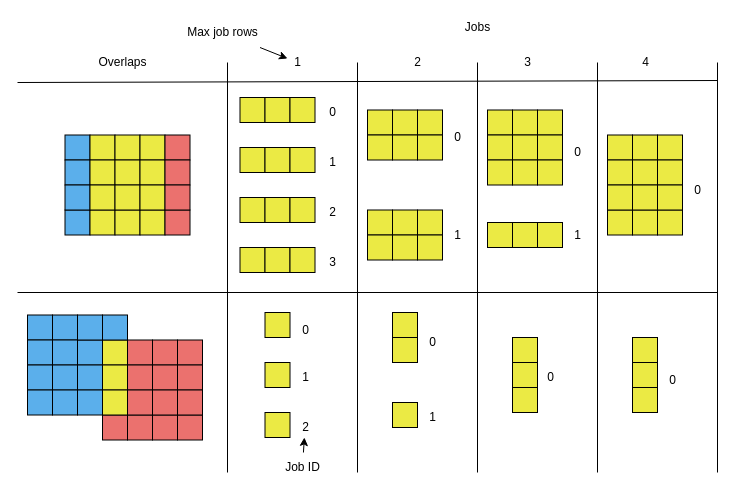
MK4H/DPText keeps this draw.io diagram as page "JobSizeRowSubset" (23 of 29) of en/img/overlap.drawio. Above is the earlier version. Source tidied: cells renumbered, new cells numbered last; positions are measured from the earlier drawing's top-left corner, leaving out a move shared by most shapes. Both pictures are drawn from the tidied source at 100%, with x=0, y=0 at pixel (17, 17).
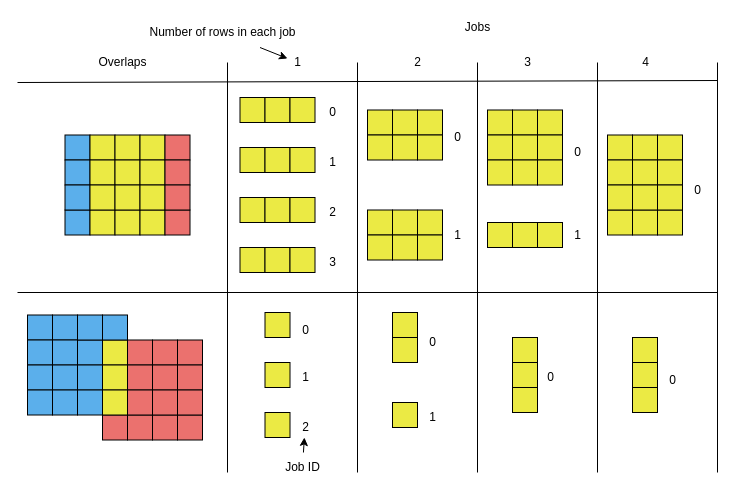
The same page after the edit.

Diff of the diagram source:
```diff
@@
-    <mxCell id="112" value="Max job rows" style="text;html=1;align=center;verticalAlign=middle;points=[];strokeColor=none;fillColor=none;spacing=5;" parent="1" vertex="1">
-      <mxGeometry x="155" width="100" height="30" as="geometry" />
+    <mxCell id="112" value="Number of rows in each job" style="text;html=1;align=center;verticalAlign=middle;points=[];strokeColor=none;fillColor=none;spacing=5;" parent="1" vertex="1">
+      <mxGeometry x="120" width="170" height="30" as="geometry" />
     </mxCell>
```
